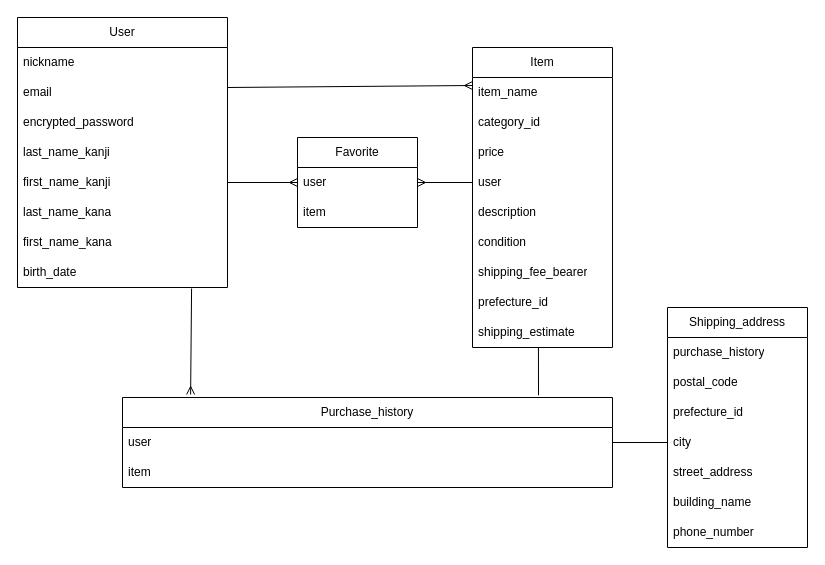
Earlier version of the draw.io diagram er.dio (tttamaki1/furima-39335). Source tidied: cells renumbered, new cells numbered last; positions are measured from the earlier drawing's top-left corner, leaving out a move shared by most shapes. Both pictures are drawn from the tidied source at 100%, with x=0, y=0 at pixel (17, 17).
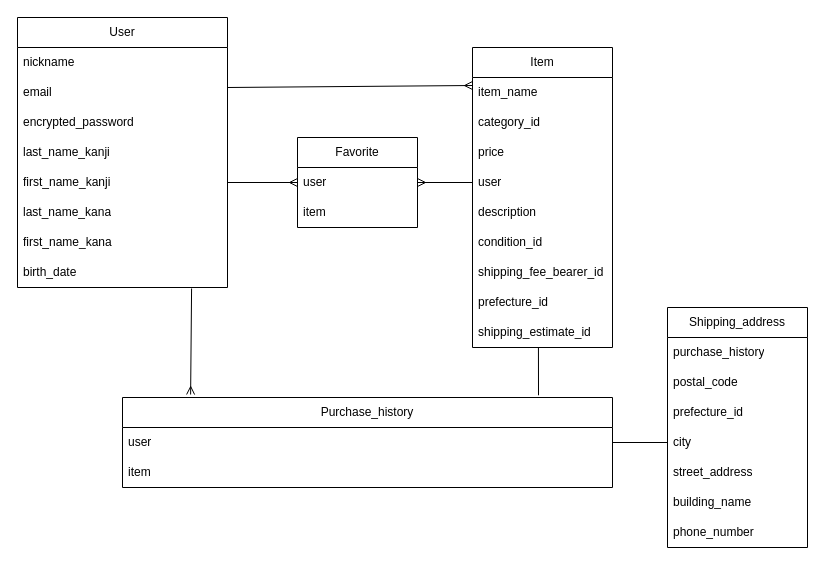
The same diagram, later.

Commit message (it also covers changes not shown here):
READMEとER図の修正4

Unchanged cells that the change refers to:
```xml
<mxCell id="11" value="Item" style="swimlane;fontStyle=0;horizontal=1;startSize=30;whiteSpace=wrap;html=1;" parent="1" vertex="1">
  <mxGeometry x="455" y="30" width="140" height="300" as="geometry" />
</mxCell>
```

The edit, as a diff of the source:
```diff
@@
-    <mxCell id="17" value="condition" style="text;strokeColor=none;fillColor=none;align=left;verticalAlign=middle;spacingLeft=4;spacingRight=4;overflow=hidden;whiteSpace=wrap;html=1;" parent="11" vertex="1">
+    <mxCell id="17" value="condition_id" style="text;strokeColor=none;fillColor=none;align=left;verticalAlign=middle;spacingLeft=4;spacingRight=4;overflow=hidden;whiteSpace=wrap;html=1;" parent="11" vertex="1">
       <mxGeometry y="180" width="140" height="30" as="geometry" />
     </mxCell>
-    <mxCell id="18" value="shipping_fee_bearer" style="text;strokeColor=none;fillColor=none;align=left;verticalAlign=middle;spacingLeft=4;spacingRight=4;overflow=hidden;whiteSpace=wrap;html=1;" parent="11" vertex="1">
+    <mxCell id="18" value="shipping_fee_bearer_id" style="text;strokeColor=none;fillColor=none;align=left;verticalAlign=middle;spacingLeft=4;spacingRight=4;overflow=hidden;whiteSpace=wrap;html=1;" parent="11" vertex="1">
       <mxGeometry y="210" width="140" height="30" as="geometry" />
     </mxCell>
@@
-    <mxCell id="20" value="shipping_estimate" style="text;strokeColor=none;fillColor=none;align=left;verticalAlign=middle;spacingLeft=4;spacingRight=4;overflow=hidden;points=[[0,0.5],[1,0.5]];portConstraint=eastwest;whiteSpace=wrap;html=1;" parent="11" vertex="1">
+    <mxCell id="20" value="shipping_estimate_id" style="text;strokeColor=none;fillColor=none;align=left;verticalAlign=middle;spacingLeft=4;spacingRight=4;overflow=hidden;points=[[0,0.5],[1,0.5]];portConstraint=eastwest;whiteSpace=wrap;html=1;" parent="11" vertex="1">
       <mxGeometry y="270" width="140" height="30" as="geometry" />
     </mxCell>
```
